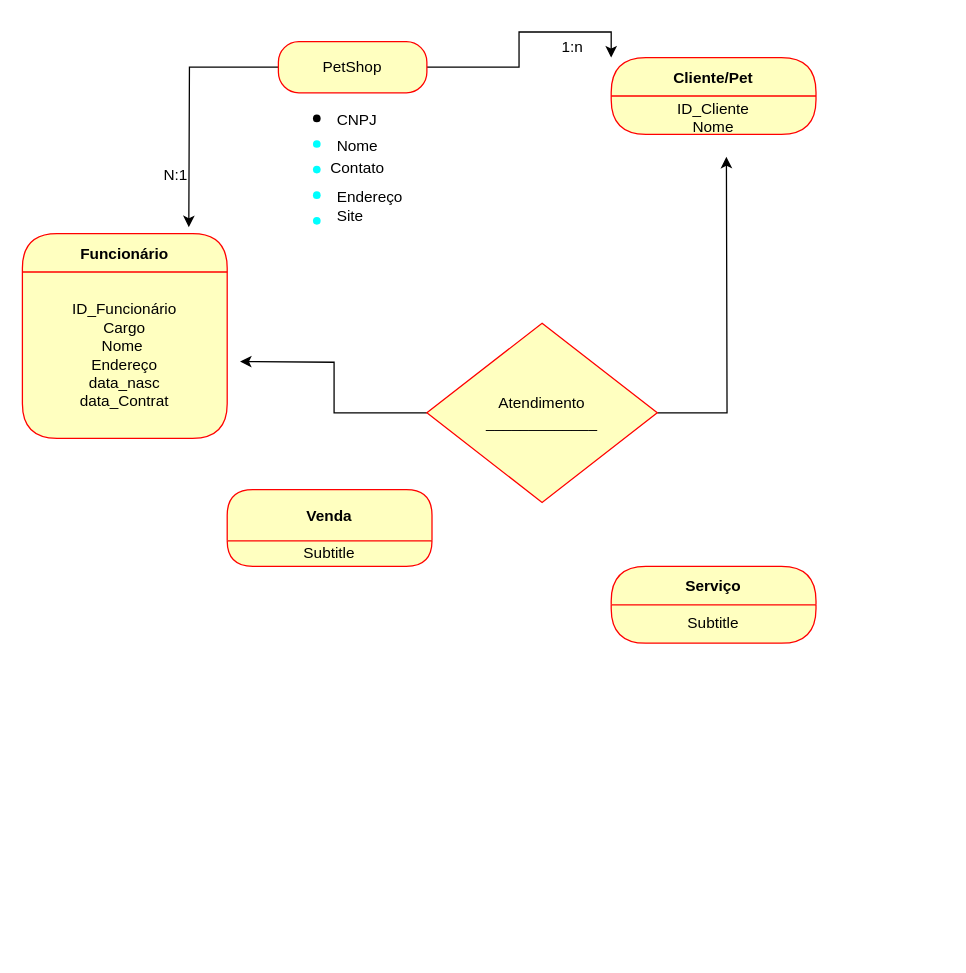
This is petshop.drawio from Ingridlopes00/petshop.trabalho, a draw.io file, before an edit. Source tidied: cells renumbered, new cells numbered last; positions are measured from the earlier drawing's top-left corner, leaving out a move shared by most shapes. Both pictures are drawn from the tidied source at 128%, with x=0, y=0 at pixel (22, 28).
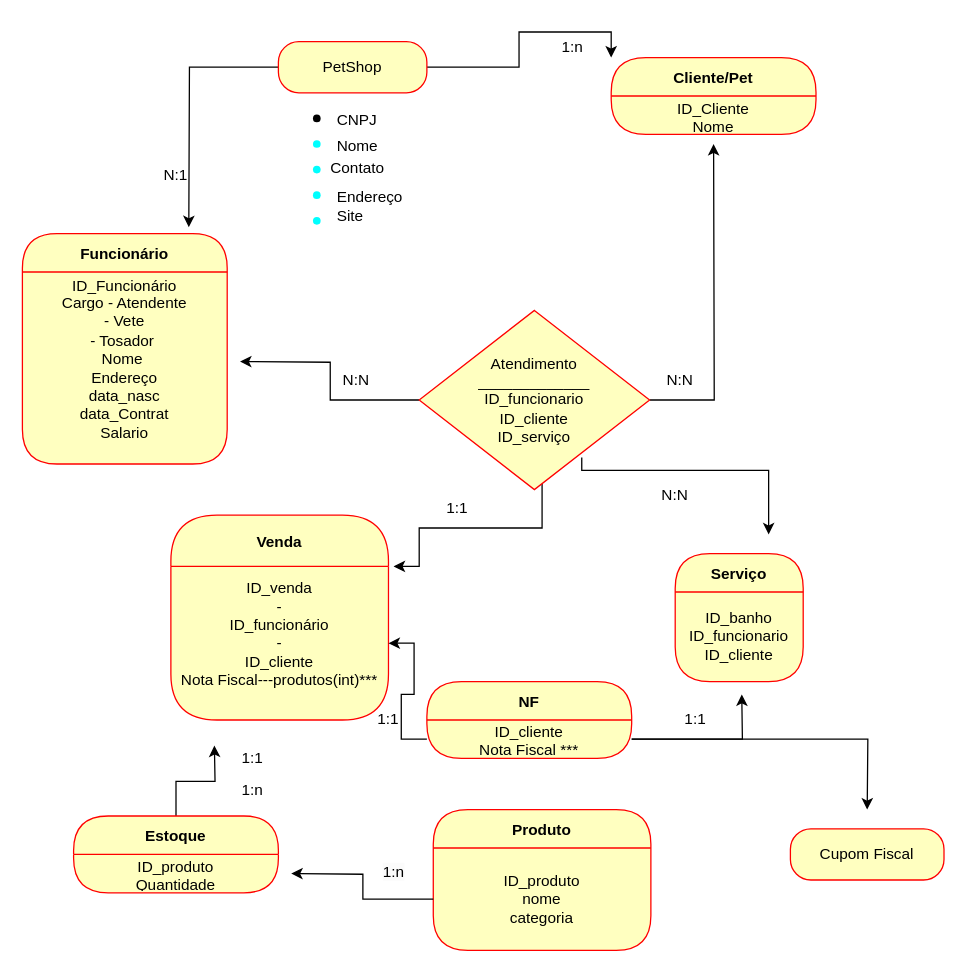
The same diagram, later.

Diff of the diagram source:
```diff
@@
     <mxCell id="17" value="Funcionário" style="swimlane;fontStyle=1;align=center;verticalAlign=middle;horizontal=1;startSize=30;fontColor=#000000;rounded=1;arcSize=30;strokeColor=#ff0000;fillColor=#ffffc0;swimlaneFillColor=#ffffc0;" parent="1" vertex="1">
-      <mxGeometry y="160" width="160" height="160" as="geometry" />
+      <mxGeometry y="160" width="160" height="180" as="geometry" />
     </mxCell>
-    <mxCell id="18" value="ID_Funcionário&lt;br&gt;Cargo&lt;br&gt;Nome&amp;nbsp;&lt;br&gt;Endereço&lt;br&gt;data_nasc&lt;br&gt;data_Contrat" style="text;html=1;strokeColor=none;fillColor=none;align=center;verticalAlign=middle;spacingLeft=4;spacingRight=4;whiteSpace=wrap;overflow=hidden;fontColor=#000000;" parent="17" vertex="1">
-      <mxGeometry y="30" width="160" height="130" as="geometry" />
+    <mxCell id="18" value="ID_Funcionário&lt;br&gt;Cargo - Atendente&lt;br&gt;&amp;nbsp;- Vete&amp;nbsp;&lt;br&gt;- Tosador&amp;nbsp;&lt;br&gt;Nome&amp;nbsp;&lt;br&gt;Endereço&lt;br&gt;data_nasc&lt;br&gt;data_Contrat&lt;br&gt;Salario&lt;div&gt;&lt;br&gt;&lt;/div&gt;" style="text;html=1;strokeColor=none;fillColor=none;align=center;verticalAlign=middle;spacingLeft=4;spacingRight=4;whiteSpace=wrap;overflow=hidden;fontColor=#000000;" parent="17" vertex="1">
+      <mxGeometry y="30" width="160" height="150" as="geometry" />
     </mxCell>
@@
-    <mxCell id="22" style="edgeStyle=orthogonalEdgeStyle;rounded=0;jettySize=auto;html=1;" parent="1" edge="1" source="23">
-      <mxGeometry relative="1" as="geometry">
-        <mxPoint x="550" y="100" as="targetPoint" />
-      </mxGeometry>
-    </mxCell>
+    <mxCell id="28" style="edgeStyle=orthogonalEdgeStyle;rounded=0;jettySize=auto;html=1;" parent="1" edge="1" source="23">
+      <mxGeometry relative="1" as="geometry">
+        <mxPoint x="540" y="90" as="targetPoint" />
+      </mxGeometry>
+    </mxCell>
+    <mxCell id="29" style="edgeStyle=orthogonalEdgeStyle;rounded=0;jettySize=auto;html=1;" parent="1" edge="1" source="23">
+      <mxGeometry relative="1" as="geometry">
+        <mxPoint x="290" y="420" as="targetPoint" />
+        <Array as="points">
+          <mxPoint x="406" y="390" />
+          <mxPoint x="310" y="390" />
+          <mxPoint x="310" y="420" />
+        </Array>
+      </mxGeometry>
+    </mxCell>
+    <mxCell id="30" style="edgeStyle=orthogonalEdgeStyle;rounded=0;orthogonalLoop=1;jettySize=auto;html=1;" parent="1" edge="1">
+      <mxGeometry relative="1" as="geometry">
+        <mxPoint x="437" y="335" as="sourcePoint" />
+        <mxPoint x="583" y="395" as="targetPoint" />
+        <Array as="points">
+          <mxPoint x="443" y="345" />
+          <mxPoint x="583" y="345" />
+          <mxPoint x="583" y="385" />
+        </Array>
+      </mxGeometry>
+    </mxCell>
-    <mxCell id="23" value="Atendimento&lt;br&gt;_____________" style="rhombus;whiteSpace=wrap;html=1;fontColor=#000000;fillColor=#ffffc0;strokeColor=#ff0000;" parent="1" vertex="1">
-      <mxGeometry x="316" y="230" width="180" height="140" as="geometry" />
+    <mxCell id="23" value="Atendimento&lt;br&gt;_____________&lt;br&gt;ID_funcionario&lt;br&gt;ID_cliente&lt;br&gt;ID_serviço" style="rhombus;whiteSpace=wrap;html=1;fontColor=#000000;fillColor=#ffffc0;strokeColor=#ff0000;" parent="1" vertex="1">
+      <mxGeometry x="310" y="220" width="180" height="140" as="geometry" />
     </mxCell>
     <mxCell id="24" value="Venda" style="swimlane;fontStyle=1;align=center;verticalAlign=middle;horizontal=1;startSize=40;fontColor=#000000;rounded=1;arcSize=30;strokeColor=#ff0000;fillColor=#ffffc0;swimlaneFillColor=#ffffc0;" parent="1" vertex="1">
-      <mxGeometry x="160" y="360" width="160" height="60" as="geometry" />
+      <mxGeometry x="116" y="380" width="170" height="160" as="geometry" />
     </mxCell>
-    <mxCell id="25" value="Subtitle" style="text;html=1;strokeColor=none;fillColor=none;align=center;verticalAlign=middle;spacingLeft=4;spacingRight=4;whiteSpace=wrap;overflow=hidden;fontColor=#000000;" parent="24" vertex="1">
-      <mxGeometry y="40" width="160" height="20" as="geometry" />
+    <mxCell id="25" value="ID_venda&lt;br&gt;-&lt;br&gt;ID_funcionário&lt;br&gt;-&lt;br&gt;ID_cliente&lt;br&gt;Nota Fiscal---produtos(int)***&lt;br&gt;&lt;div&gt;&lt;br&gt;&lt;/div&gt;" style="text;html=1;strokeColor=none;fillColor=none;align=center;verticalAlign=middle;spacingLeft=4;spacingRight=4;whiteSpace=wrap;overflow=hidden;fontColor=#000000;" parent="24" vertex="1">
+      <mxGeometry y="40" width="170" height="120" as="geometry" />
     </mxCell>
     <mxCell id="26" value="Serviço" style="swimlane;fontStyle=1;align=center;verticalAlign=middle;horizontal=1;startSize=30;fontColor=#000000;rounded=1;arcSize=30;strokeColor=#ff0000;fillColor=#ffffc0;swimlaneFillColor=#ffffc0;" parent="1" vertex="1">
-      <mxGeometry x="460" y="420" width="160" height="60" as="geometry" />
+      <mxGeometry x="510" y="410" width="100" height="100" as="geometry" />
     </mxCell>
-    <mxCell id="27" value="Subtitle" style="text;html=1;strokeColor=none;fillColor=none;align=center;verticalAlign=middle;spacingLeft=4;spacingRight=4;whiteSpace=wrap;overflow=hidden;fontColor=#000000;" parent="26" vertex="1">
-      <mxGeometry y="30" width="160" height="30" as="geometry" />
+    <mxCell id="27" value="ID_banho&lt;br&gt;ID_funcionario&lt;br&gt;ID_cliente" style="text;html=1;strokeColor=none;fillColor=none;align=center;verticalAlign=middle;spacingLeft=4;spacingRight=4;whiteSpace=wrap;overflow=hidden;fontColor=#000000;" parent="26" vertex="1">
+      <mxGeometry y="30" width="100" height="70" as="geometry" />
     </mxCell>
+    <mxCell id="31" value="N:N" style="text;html=1;align=center;verticalAlign=middle;whiteSpace=wrap;rounded=0;" parent="1" vertex="1">
+      <mxGeometry x="231" y="260" width="60" height="30" as="geometry" />
+    </mxCell>
+    <mxCell id="32" value="N:N" style="text;html=1;align=center;verticalAlign=middle;whiteSpace=wrap;rounded=0;" parent="1" vertex="1">
+      <mxGeometry x="484" y="260" width="60" height="30" as="geometry" />
+    </mxCell>
+    <mxCell id="33" value="NF" style="swimlane;fontStyle=1;align=center;verticalAlign=middle;horizontal=1;startSize=30;fontColor=#000000;rounded=1;arcSize=30;strokeColor=#ff0000;fillColor=#ffffc0;swimlaneFillColor=#ffffc0;" parent="1" vertex="1">
+      <mxGeometry x="316" y="510" width="160" height="60" as="geometry" />
+    </mxCell>
+    <mxCell id="34" style="edgeStyle=orthogonalEdgeStyle;rounded=0;jettySize=auto;html=1;" parent="33" edge="1" source="36">
+      <mxGeometry relative="1" as="geometry">
+        <mxPoint x="246" y="10" as="targetPoint" />
+      </mxGeometry>
+    </mxCell>
+    <mxCell id="35" style="edgeStyle=orthogonalEdgeStyle;rounded=0;jettySize=auto;html=1;" parent="33" edge="1" source="36">
+      <mxGeometry relative="1" as="geometry">
+        <mxPoint x="344" y="100" as="targetPoint" />
+      </mxGeometry>
+    </mxCell>
+    <mxCell id="36" value="ID_cliente&lt;br&gt;Nota Fiscal ***" style="text;html=1;strokeColor=none;fillColor=none;align=center;verticalAlign=middle;spacingLeft=4;spacingRight=4;whiteSpace=wrap;overflow=hidden;fontColor=#000000;" parent="33" vertex="1">
+      <mxGeometry y="30" width="160" height="30" as="geometry" />
+    </mxCell>
+    <mxCell id="37" style="edgeStyle=orthogonalEdgeStyle;rounded=0;jettySize=auto;html=1;entryX=1;entryY=0.5;entryDx=0;entryDy=0;" parent="1" edge="1" source="36" target="25">
+      <mxGeometry relative="1" as="geometry" />
+    </mxCell>
+    <mxCell id="38" value="1:1" style="text;html=1;align=center;verticalAlign=middle;whiteSpace=wrap;rounded=0;" parent="1" vertex="1">
+      <mxGeometry x="310" y="360" width="60" height="30" as="geometry" />
+    </mxCell>
+    <mxCell id="39" value="N:N" style="text;html=1;align=center;verticalAlign=middle;whiteSpace=wrap;rounded=0;" parent="1" vertex="1">
+      <mxGeometry x="480" y="350" width="60" height="30" as="geometry" />
+    </mxCell>
+    <mxCell id="40" value="1:1" style="text;html=1;align=center;verticalAlign=middle;whiteSpace=wrap;rounded=0;" parent="1" vertex="1">
+      <mxGeometry x="496" y="525" width="60" height="30" as="geometry" />
+    </mxCell>
+    <mxCell id="41" value="1:1" style="text;html=1;align=center;verticalAlign=middle;whiteSpace=wrap;rounded=0;" parent="1" vertex="1">
+      <mxGeometry x="256" y="525" width="60" height="30" as="geometry" />
+    </mxCell>
+    <mxCell id="42" value="Produto" style="swimlane;fontStyle=1;align=center;verticalAlign=middle;horizontal=1;startSize=30;fontColor=#000000;rounded=1;arcSize=30;strokeColor=#ff0000;fillColor=#ffffc0;swimlaneFillColor=#ffffc0;" parent="1" vertex="1">
+      <mxGeometry x="321" y="610" width="170" height="110" as="geometry" />
+    </mxCell>
+    <mxCell id="43" style="edgeStyle=orthogonalEdgeStyle;rounded=0;jettySize=auto;html=1;" parent="42" edge="1" source="44">
+      <mxGeometry relative="1" as="geometry">
+        <mxPoint x="-111" y="50" as="targetPoint" />
+      </mxGeometry>
+    </mxCell>
+    <mxCell id="44" value="ID_produto&lt;br&gt;nome&lt;br&gt;categoria" style="text;html=1;strokeColor=none;fillColor=none;align=center;verticalAlign=middle;spacingLeft=4;spacingRight=4;whiteSpace=wrap;overflow=hidden;fontColor=#000000;" parent="42" vertex="1">
+      <mxGeometry y="30" width="170" height="80" as="geometry" />
+    </mxCell>
+    <mxCell id="45" style="edgeStyle=orthogonalEdgeStyle;rounded=0;jettySize=auto;html=1;" parent="1" edge="1" source="46">
+      <mxGeometry relative="1" as="geometry">
+        <mxPoint x="150" y="560" as="targetPoint" />
+      </mxGeometry>
+    </mxCell>
+    <mxCell id="46" value="Estoque" style="swimlane;fontStyle=1;align=center;verticalAlign=middle;horizontal=1;startSize=30;fontColor=#000000;rounded=1;arcSize=30;strokeColor=#ff0000;fillColor=#ffffc0;swimlaneFillColor=#ffffc0;" parent="1" vertex="1">
+      <mxGeometry x="40" y="615" width="160" height="60" as="geometry" />
+    </mxCell>
+    <mxCell id="47" value="ID_produto&lt;br&gt;Quantidade" style="text;html=1;strokeColor=none;fillColor=none;align=center;verticalAlign=middle;spacingLeft=4;spacingRight=4;whiteSpace=wrap;overflow=hidden;fontColor=#000000;" parent="46" vertex="1">
+      <mxGeometry y="30" width="160" height="30" as="geometry" />
+    </mxCell>
+    <mxCell id="48" value="Cupom Fiscal" style="rounded=1;whiteSpace=wrap;html=1;arcSize=40;fontColor=#000000;fillColor=#ffffc0;strokeColor=#ff0000;" parent="1" vertex="1">
+      <mxGeometry x="600" y="625" width="120" height="40" as="geometry" />
+    </mxCell>
+    <mxCell id="49" value="1:1" style="text;html=1;align=center;verticalAlign=middle;whiteSpace=wrap;rounded=0;" parent="1" vertex="1">
+      <mxGeometry x="150" y="555" width="60" height="30" as="geometry" />
+    </mxCell>
+    <mxCell id="50" value="1:n" style="text;html=1;align=center;verticalAlign=middle;whiteSpace=wrap;rounded=0;" parent="1" vertex="1">
+      <mxGeometry x="150" y="580" width="60" height="30" as="geometry" />
+    </mxCell>
+    <mxCell id="51" value="&lt;span style=&quot;color: rgb(0, 0, 0); font-family: Helvetica; font-size: 12px; font-style: normal; font-variant-ligatures: normal; font-variant-caps: normal; font-weight: 400; letter-spacing: normal; orphans: 2; text-align: center; text-indent: 0px; text-transform: none; widows: 2; word-spacing: 0px; -webkit-text-stroke-width: 0px; white-space: normal; background-color: rgb(251, 251, 251); text-decoration-thickness: initial; text-decoration-style: initial; text-decoration-color: initial; display: inline !important; float: none;&quot;&gt;1:n&lt;/span&gt;" style="text;whiteSpace=wrap;html=1;" parent="1" vertex="1">
+      <mxGeometry x="280" y="645" width="50" height="40" as="geometry" />
+    </mxCell>
```
